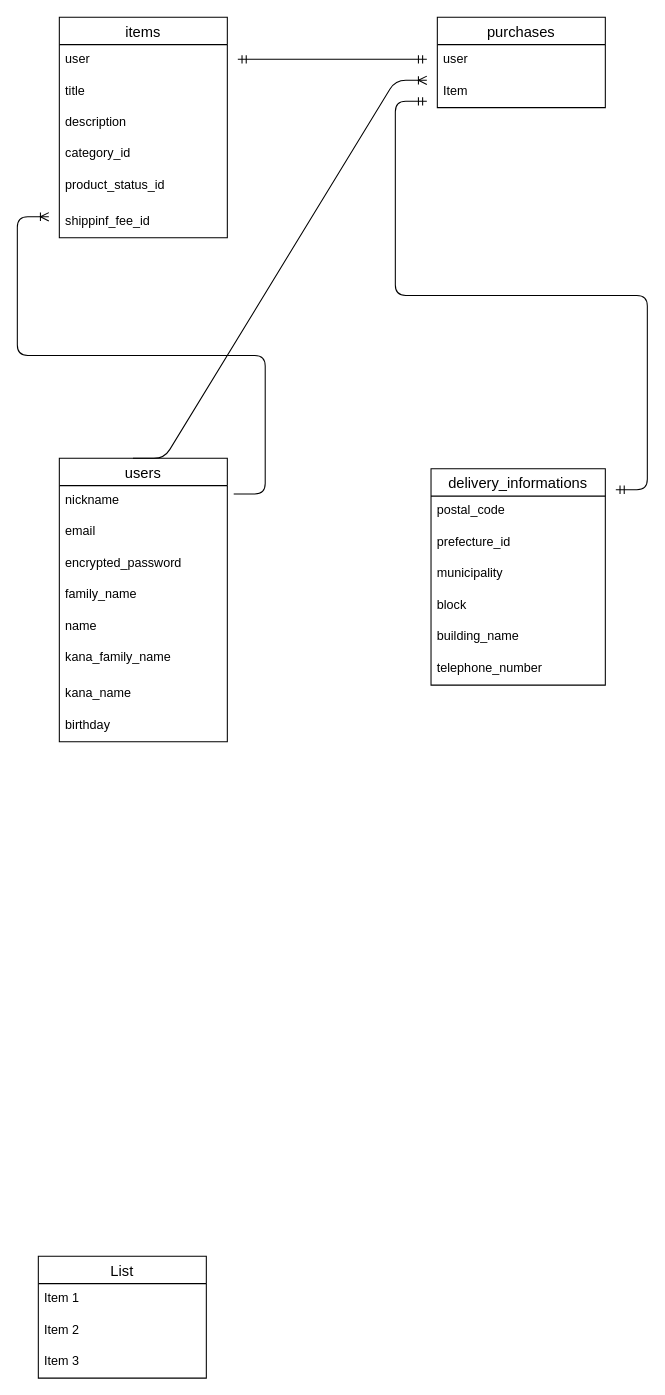
This is FURIMA.dio from rita-yuki/furima-41355, a draw.io file, before an edit. Source tidied: cells renumbered, new cells numbered last; positions are measured from the earlier drawing's top-left corner, leaving out a move shared by most shapes. Both pictures are drawn from the tidied source at 105%, with x=0, y=0 at pixel (38, 17).
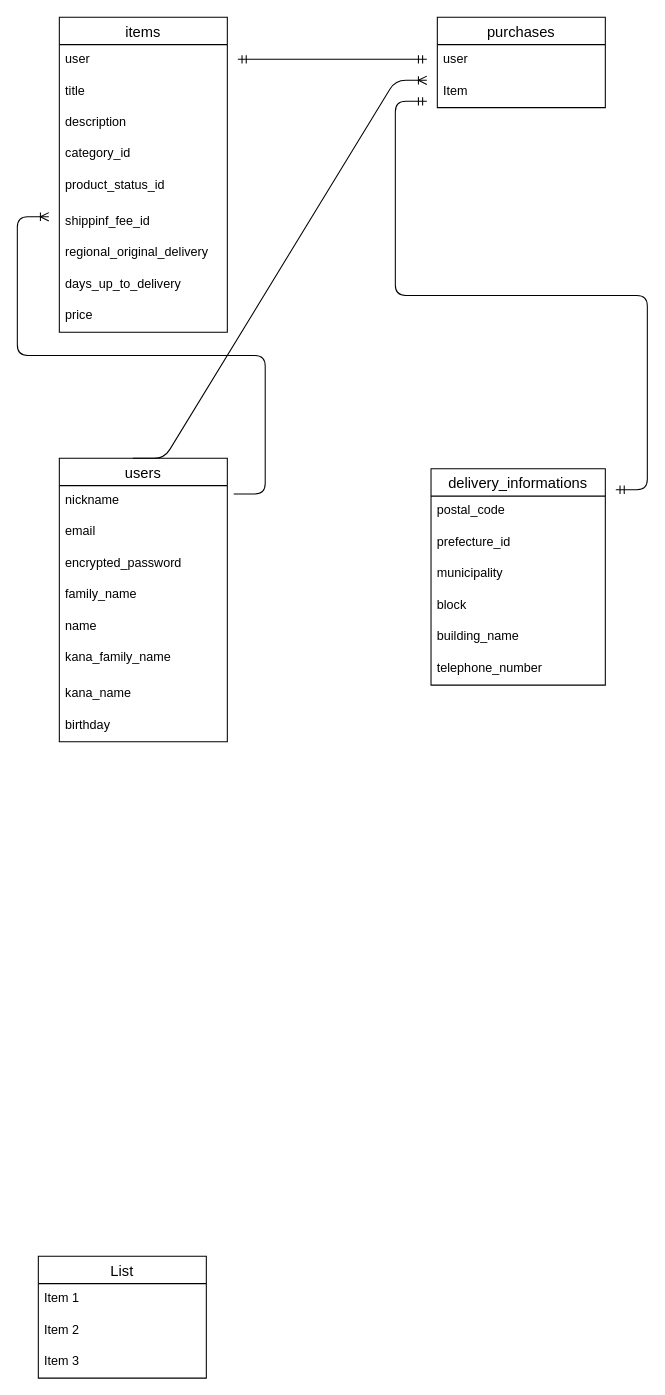
The same diagram, later.

Commit message (it also covers changes not shown here):
テーブル、カラム、アソシエーション修正②

Diff of the diagram source:
```diff
@@
     <mxCell id="11" value="items" style="swimlane;fontStyle=0;horizontal=1;startSize=26;align=center;fontSize=14;" parent="1" vertex="1">
-      <mxGeometry x="20" width="160" height="210" as="geometry" />
+      <mxGeometry x="20" width="160" height="300" as="geometry" />
     </mxCell>
@@
+    <mxCell id="38" value="regional_original_delivery" style="text;strokeColor=none;fillColor=none;spacingLeft=4;spacingRight=4;overflow=hidden;fontSize=12;" parent="11" vertex="1">
+      <mxGeometry y="210" width="160" height="30" as="geometry" />
+    </mxCell>
+    <mxCell id="39" value="days_up_to_delivery" style="text;strokeColor=none;fillColor=none;spacingLeft=4;spacingRight=4;overflow=hidden;fontSize=12;" parent="11" vertex="1">
+      <mxGeometry y="240" width="160" height="30" as="geometry" />
+    </mxCell>
+    <mxCell id="40" value="price" style="text;strokeColor=none;fillColor=none;spacingLeft=4;spacingRight=4;overflow=hidden;fontSize=12;" parent="11" vertex="1">
+      <mxGeometry y="270" width="160" height="30" as="geometry" />
+    </mxCell>
```
